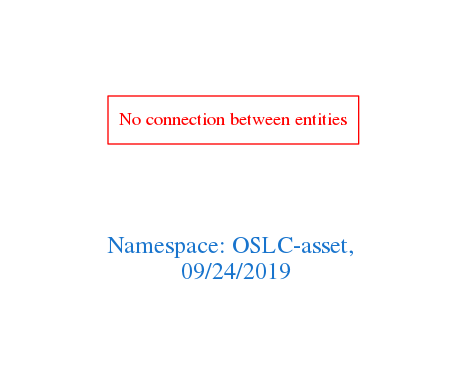
Earlier version of the Graphviz export downloads/OSLC-asset.png (arago/OGIT). Its source is kept beside it as downloads/OSLC-asset.dot.
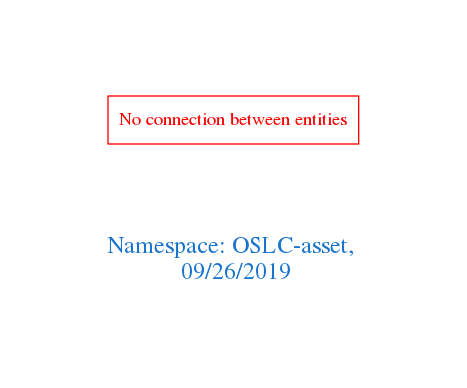
Above is the later version.

The edit, as a diff of the source:
```diff
@@ -1,7 +1,7 @@
 digraph OGIT_ontology {
  graph [ rankdir= LR,pad=1
 fontsize = 18,
-fontcolor= dodgerblue3,label = "\n\n\nNamespace: OSLC-asset, \n 09/24/2019"];
+fontcolor= dodgerblue3,label = "\n\n\nNamespace: OSLC-asset, \n 09/26/2019"];
 node[shape=polygon];
 edge [  color="gray81"];
 
```
